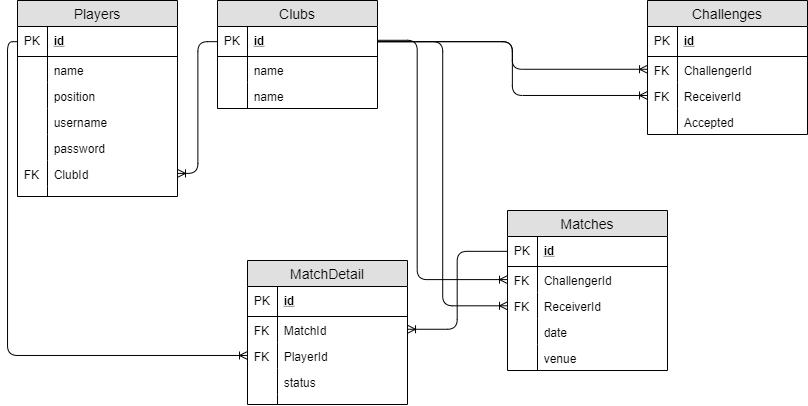
Above: Schema Pair Project.png in jelangrkharisma/pair-projects (draw.io), before the change. Source tidied: cells renumbered, new cells last; positions are measured from the earlier drawing's top-left corner, leaving out a move shared by most shapes.
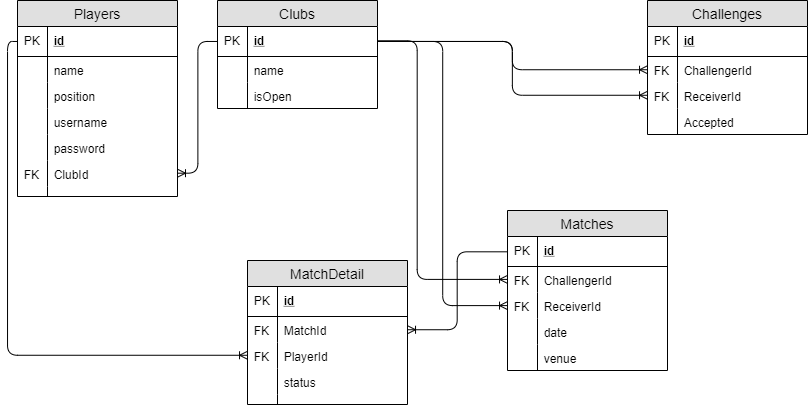
After the change.

Diff of the diagram source:
```diff
@@ -62,7 +62,7 @@
     <mxCell id="21" style="shape=partialRectangle;top=0;left=0;bottom=0;fillColor=none;align=left;verticalAlign=top;spacingLeft=4;spacingRight=4;overflow=hidden;fontSize=12;" parent="20" vertex="1">
       <mxGeometry width="30" height="26" as="geometry" />
     </mxCell>
-    <mxCell id="22" value="name" style="shape=partialRectangle;top=0;left=0;right=0;bottom=0;align=left;verticalAlign=top;fillColor=none;spacingLeft=34;spacingRight=4;overflow=hidden;fontSize=12;" parent="17" vertex="1">
+    <mxCell id="22" value="isOpen" style="shape=partialRectangle;top=0;left=0;right=0;bottom=0;align=left;verticalAlign=top;fillColor=none;spacingLeft=34;spacingRight=4;overflow=hidden;fontSize=12;" parent="17" vertex="1">
       <mxGeometry y="82" width="160" height="26" as="geometry" />
     </mxCell>
     <mxCell id="23" style="shape=partialRectangle;top=0;left=0;bottom=0;fillColor=none;align=left;verticalAlign=top;spacingLeft=4;spacingRight=4;overflow=hidden;fontSize=12;" parent="22" vertex="1">
```
